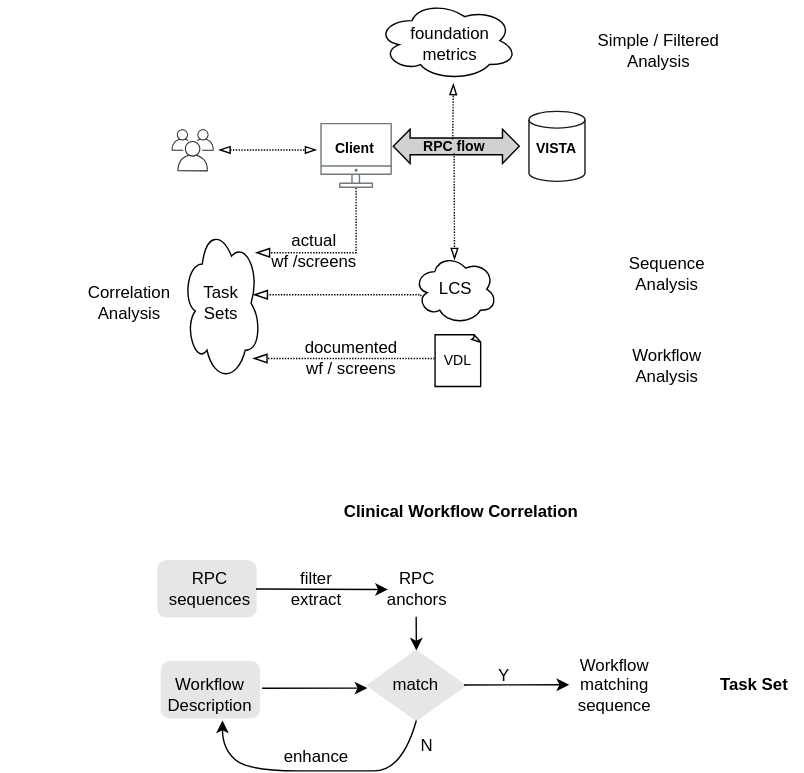
cloudvista/vaa keeps this draw.io diagram as vaa-analyses.svg. Above is the earlier version. Source tidied: cells renumbered, new cells last; positions are measured from the earlier drawing's top-left corner, leaving out a move shared by most shapes.
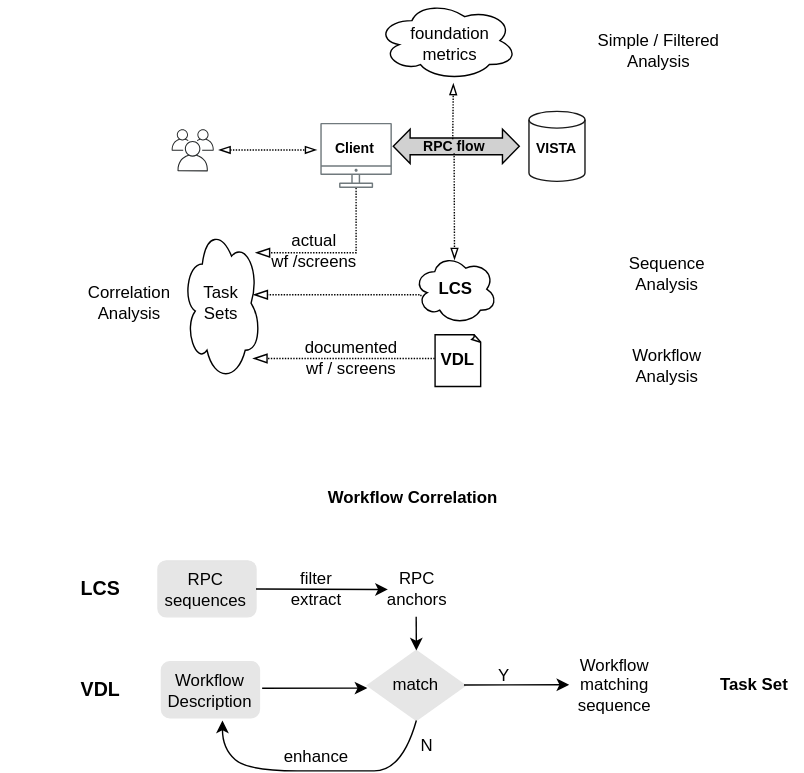
Above is the later version.

What changed in the source:
```diff
@@ -26,13 +26,13 @@
     <mxCell id="9" value="RPC flow" style="text;strokeColor=none;align=center;fillColor=none;html=1;verticalAlign=middle;whiteSpace=wrap;rounded=0;fontSize=10;fontStyle=1;" parent="1" vertex="1">
       <mxGeometry x="293.7" y="98.9" width="60" height="10" as="geometry" />
     </mxCell>
-    <mxCell id="10" value="LCS" style="text;strokeColor=none;align=center;fillColor=none;html=1;verticalAlign=middle;whiteSpace=wrap;rounded=0;" parent="1" vertex="1">
+    <mxCell id="10" value="&lt;b&gt;LCS&lt;/b&gt;" style="text;strokeColor=none;align=center;fillColor=none;html=1;verticalAlign=middle;whiteSpace=wrap;rounded=0;" parent="1" vertex="1">
       <mxGeometry x="311.6" y="195" width="26.3" height="22" as="geometry" />
     </mxCell>
     <mxCell id="11" value="Client" style="text;strokeColor=none;align=center;fillColor=none;html=1;verticalAlign=middle;whiteSpace=wrap;rounded=0;fontSize=10;fontStyle=1;" parent="1" vertex="1">
       <mxGeometry x="223.4" y="89.9" width="60" height="30" as="geometry" />
     </mxCell>
-    <mxCell id="12" value="VDL" style="text;strokeColor=none;align=center;fillColor=none;html=1;verticalAlign=middle;whiteSpace=wrap;rounded=0;fontSize=10;" parent="1" vertex="1">
+    <mxCell id="12" value="&lt;font style=&quot;font-size: 12px;&quot;&gt;&lt;b&gt;VDL&lt;/b&gt;&lt;/font&gt;" style="text;strokeColor=none;align=center;fillColor=none;html=1;verticalAlign=middle;whiteSpace=wrap;rounded=0;fontSize=10;" parent="1" vertex="1">
       <mxGeometry x="313.8" y="242" width="25.4" height="30" as="geometry" />
     </mxCell>
     <mxCell id="13" style="shape=cylinder3;whiteSpace=wrap;html=1;boundedLbl=1;backgroundOutline=1;size=5.999999999999943;strokeColor=#191919;strokeWidth=1;fillColor=#FFFFFF;gradientColor=none;" parent="1" vertex="1">
@@ -90,7 +90,7 @@
       <mxGeometry y="60" width="40" height="30" as="geometry" />
     </mxCell>
     <mxCell id="27" value="&lt;br&gt;Workflow&lt;br&gt;Description&amp;nbsp;" style="text;strokeColor=none;align=center;fillColor=none;html=1;verticalAlign=middle;whiteSpace=wrap;rounded=0;" parent="1" vertex="1">
-      <mxGeometry x="128.2" y="478.6" width="43" height="20.9" as="geometry" />
+      <mxGeometry x="128.2" y="475.6" width="43" height="20.9" as="geometry" />
     </mxCell>
     <mxCell id="28" value="Workflow matching&amp;nbsp;&lt;br&gt;sequence" style="text;strokeColor=none;align=center;fillColor=none;html=1;verticalAlign=middle;whiteSpace=wrap;rounded=0;" parent="1" vertex="1">
       <mxGeometry x="417.3" y="478.6" width="43" height="20.9" as="geometry" />
@@ -122,7 +122,7 @@
       <mxGeometry x="337.8" y="472" width="43" height="20.9" as="geometry" />
     </mxCell>
     <mxCell id="35" value="RPC sequences" style="text;strokeColor=none;align=center;fillColor=none;html=1;verticalAlign=middle;whiteSpace=wrap;rounded=0;" parent="1" vertex="1">
-      <mxGeometry x="128.2" y="410" width="43" height="20.9" as="geometry" />
+      <mxGeometry x="125.2" y="411" width="43" height="20.9" as="geometry" />
     </mxCell>
     <mxCell id="36" value="filter&lt;br&gt;extract" style="text;strokeColor=none;align=center;fillColor=none;html=1;verticalAlign=middle;whiteSpace=wrap;rounded=0;" parent="1" vertex="1">
       <mxGeometry x="204.1" y="410" width="43" height="20.9" as="geometry" />
@@ -152,8 +152,8 @@
     <mxCell id="41" value="N" style="text;strokeColor=none;align=center;fillColor=none;html=1;verticalAlign=middle;whiteSpace=wrap;rounded=0;" parent="1" vertex="1">
       <mxGeometry x="282.6" y="521.1" width="43" height="20.9" as="geometry" />
     </mxCell>
-    <mxCell id="42" value="&lt;b&gt;Clinical Workflow Correlation&lt;/b&gt;" style="text;strokeColor=none;align=center;fillColor=none;html=1;verticalAlign=middle;whiteSpace=wrap;rounded=0;" parent="1" vertex="1">
-      <mxGeometry x="244.1" y="350" width="170" height="29.1" as="geometry" />
+    <mxCell id="42" value="&lt;b&gt;Workflow Correlation&lt;/b&gt;" style="text;strokeColor=none;align=center;fillColor=none;html=1;verticalAlign=middle;whiteSpace=wrap;rounded=0;" parent="1" vertex="1">
+      <mxGeometry x="228.2" y="340" width="132.9" height="29.1" as="geometry" />
     </mxCell>
     <mxCell id="43" value="&lt;b&gt;Task Set&lt;/b&gt;" style="text;strokeColor=none;align=left;fillColor=none;html=1;verticalAlign=middle;whiteSpace=wrap;rounded=0;" parent="1" vertex="1">
       <mxGeometry x="512" y="478.6" width="60.3" height="20.9" as="geometry" />
@@ -188,5 +188,11 @@
     <mxCell id="49" value="Task &lt;br&gt;Sets" style="text;strokeColor=none;align=center;fillColor=none;html=1;verticalAlign=middle;whiteSpace=wrap;rounded=0;" parent="1" vertex="1">
       <mxGeometry x="140.2" y="201" width="35.3" height="30" as="geometry" />
     </mxCell>
+    <mxCell id="50" value="&lt;b&gt;&lt;font style=&quot;font-size: 14px;&quot;&gt;LCS&lt;/font&gt;&lt;/b&gt;" style="text;strokeColor=none;align=center;fillColor=none;html=1;verticalAlign=middle;whiteSpace=wrap;rounded=0;" parent="1" vertex="1">
+      <mxGeometry x="50" y="409.6" width="43" height="20.9" as="geometry" />
+    </mxCell>
+    <mxCell id="51" value="&lt;b&gt;&lt;font style=&quot;font-size: 14px;&quot;&gt;VDL&lt;/font&gt;&lt;/b&gt;" style="text;strokeColor=none;align=center;fillColor=none;html=1;verticalAlign=middle;whiteSpace=wrap;rounded=0;" parent="1" vertex="1">
+      <mxGeometry x="50" y="481.6" width="43" height="20.9" as="geometry" />
+    </mxCell>
   </root>
 </mxGraphModel>
```
